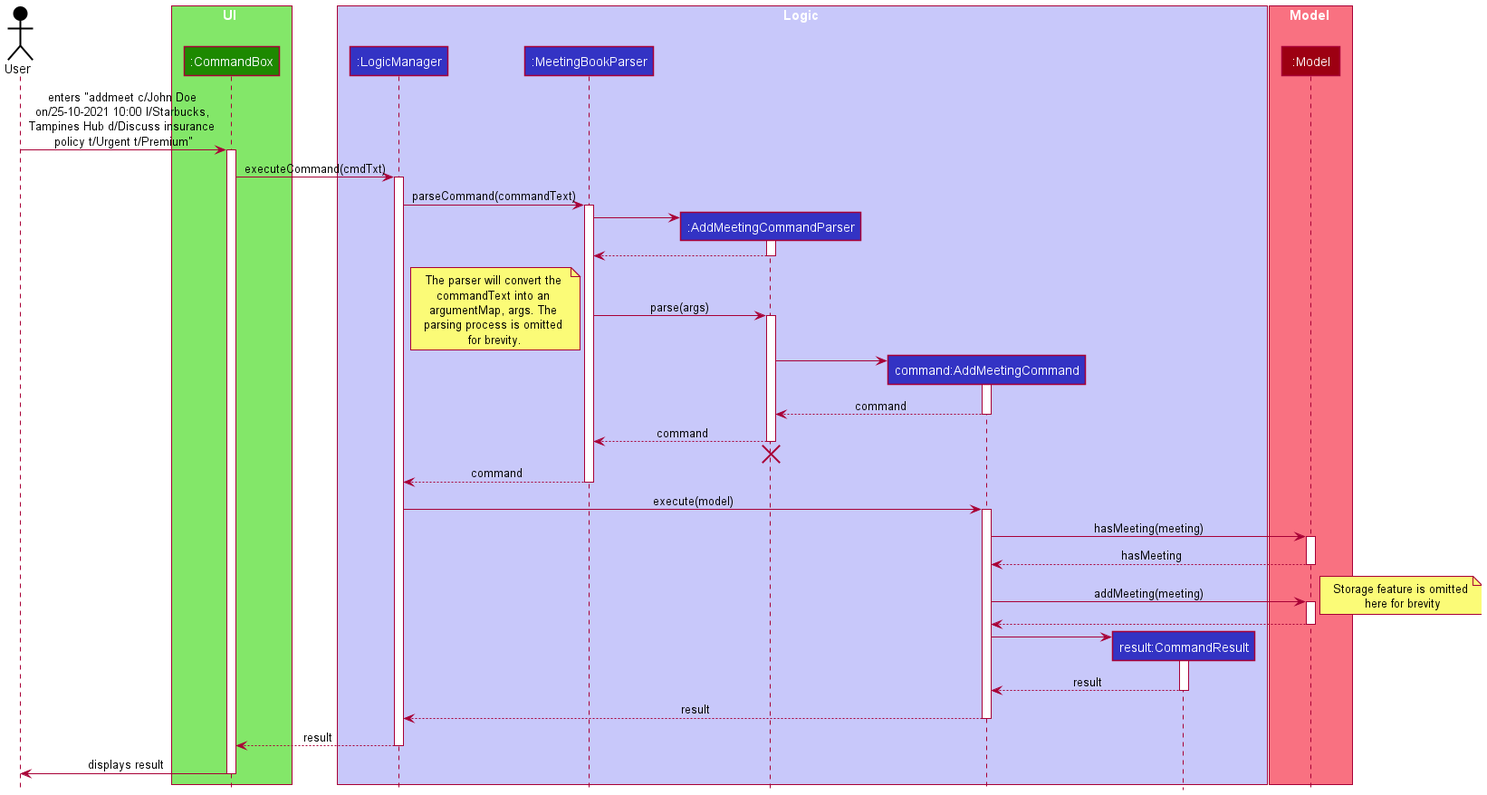
This is docs/images/AddMeetingSequenceDiagram.png from nus-cs2103-AY2021S2/tp, a PlantUML export, as it was before one commit. Source of this version:
```plantuml
@startuml
!include style.puml

Actor User as user USER_COLOR

box UI UI_COLOR_T1
participant ":CommandBox" as CommandBox UI_COLOR
end box

box Logic LOGIC_COLOR_T1
participant ":LogicManager" as LogicManager LOGIC_COLOR
participant ":MeetingBookParser" as MeetingBookParser LOGIC_COLOR
participant ":AddMeetingCommandParser" as AddMeetingCommandParser LOGIC_COLOR
participant "command:AddMeetingCommand" as AddMeetingCommand LOGIC_COLOR
participant "result:CommandResult" as CommandResult LOGIC_COLOR
end box

box Model MODEL_COLOR_T1
participant ":Model" as Model MODEL_COLOR
end box

user -> CommandBox: enters "addmeet c/John Doe \non/25-10-2021 10:00 l/Starbucks, \nTampines Hub d/Discuss insurance \npolicy t/Urgent t/Premium"
activate CommandBox

CommandBox-> LogicManager : executeCommand(cmdTxt)
activate LogicManager

LogicManager -> MeetingBookParser : parseCommand(commandText)
activate MeetingBookParser

create AddMeetingCommandParser
MeetingBookParser -> AddMeetingCommandParser
activate AddMeetingCommandParser

AddMeetingCommandParser --> MeetingBookParser
deactivate AddMeetingCommandParser

MeetingBookParser -> AddMeetingCommandParser : parse(args)
note bottom: The parser will convert the \ncommandText into an \nargumentMap, args. The \nparsing process is omitted \nfor brevity.
activate AddMeetingCommandParser

create AddMeetingCommand
AddMeetingCommandParser -> AddMeetingCommand
activate AddMeetingCommand

AddMeetingCommand --> AddMeetingCommandParser : command
deactivate AddMeetingCommand

AddMeetingCommandParser --> MeetingBookParser : command
deactivate AddMeetingCommandParser
AddMeetingCommandParser -[hidden]-> MeetingBookParser
destroy AddMeetingCommandParser

MeetingBookParser --> LogicManager : command
deactivate MeetingBookParser

LogicManager -> AddMeetingCommand : execute(model)
activate AddMeetingCommand

AddMeetingCommand -> Model: hasMeeting(meeting)
activate Model
Model --> AddMeetingCommand: hasMeeting
deactivate Model

AddMeetingCommand -> Model : addMeeting(meeting)
activate Model
note right: Storage feature is omitted\n here for brevity
Model --> AddMeetingCommand
deactivate Model

create CommandResult
AddMeetingCommand -> CommandResult
activate CommandResult

CommandResult --> AddMeetingCommand: result
deactivate CommandResult

AddMeetingCommand --> LogicManager : result
deactivate AddMeetingCommand

LogicManager --> CommandBox: result
deactivate LogicManager

CommandBox -> user: displays result
deactivate CommandBox
@enduml
```
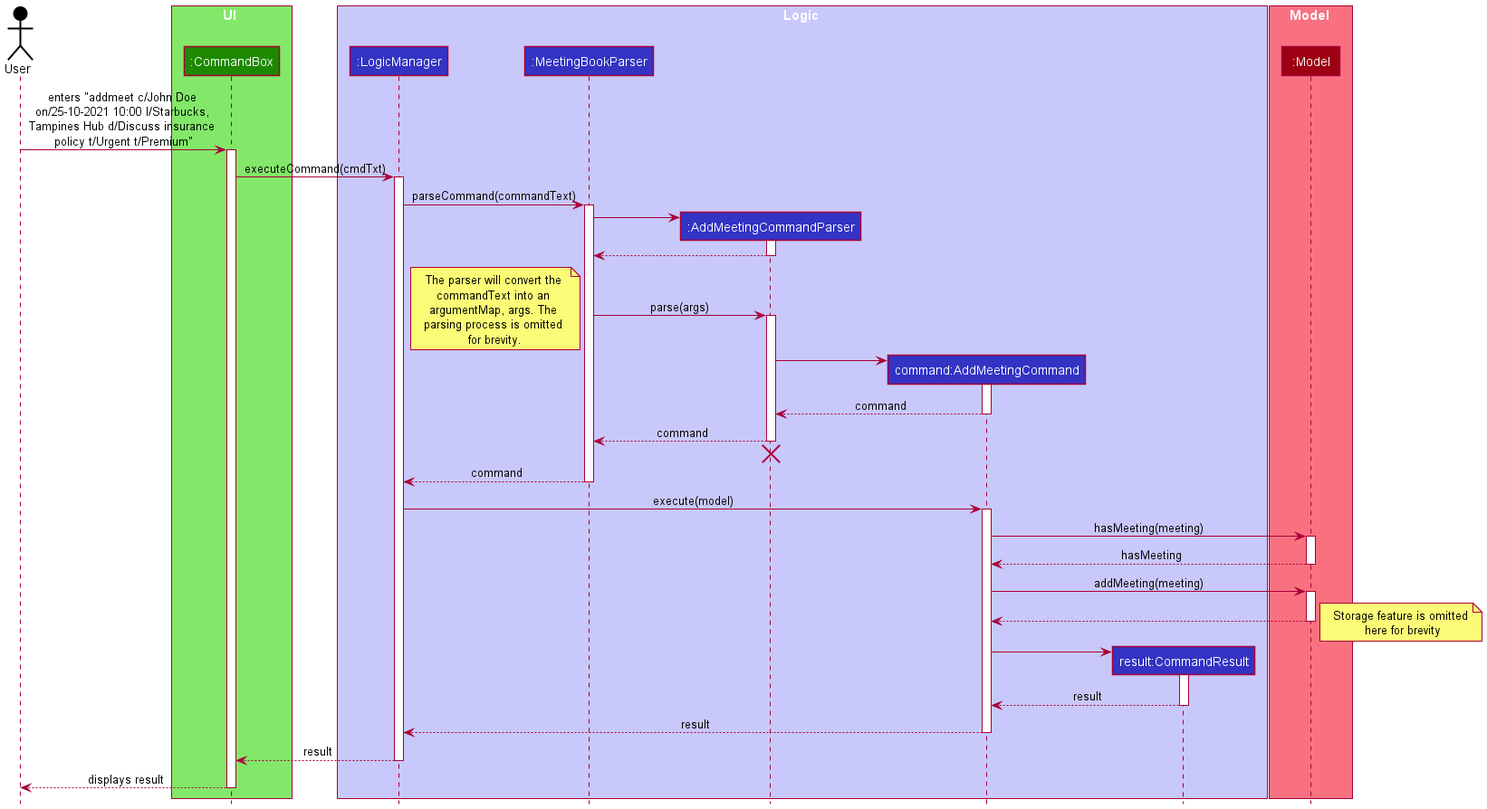
The same file after the commit.

Commit message:
Add editMeetingCommand sequence diagram / Corrected addMeetingCommand sequence diagram arrows

What changed in the source:
```diff
@@ -64,8 +64,8 @@
 
 AddMeetingCommand -> Model : addMeeting(meeting)
 activate Model
+Model --> AddMeetingCommand
 note right: Storage feature is omitted\n here for brevity
-Model --> AddMeetingCommand
 deactivate Model
 
 create CommandResult
@@ -81,6 +81,6 @@
 LogicManager --> CommandBox: result
 deactivate LogicManager
 
-CommandBox -> user: displays result
+CommandBox --> user: displays result
 deactivate CommandBox
 @enduml
```
